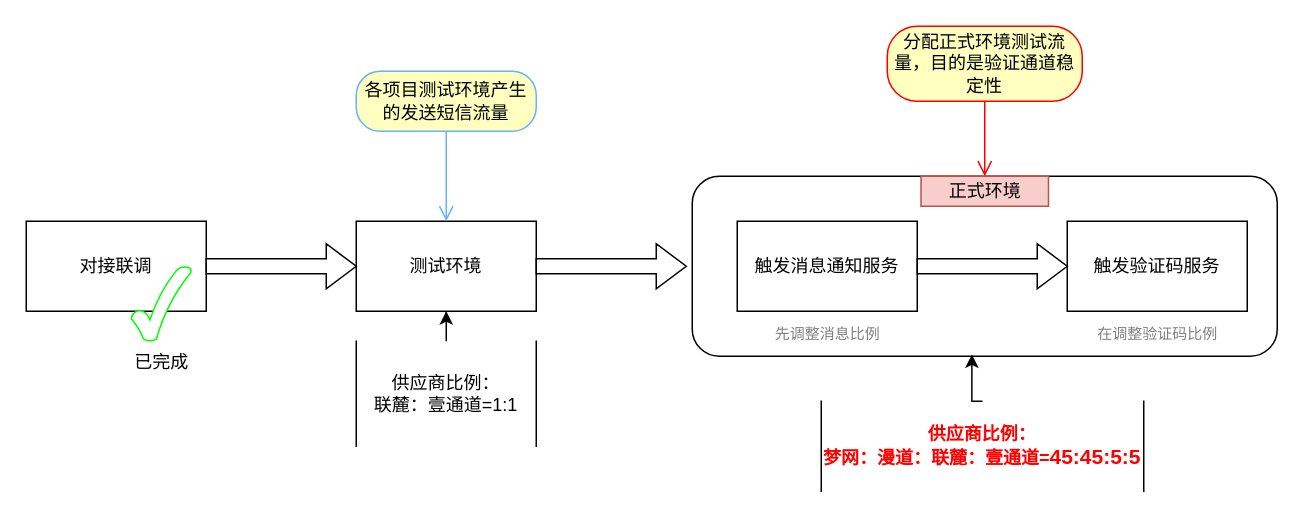
Before: 短信业务.drawio in lingyukong/iodraw-files, a draw.io diagram. Source tidied: cells renumbered, new cells numbered last; positions are measured from the earlier drawing's top-left corner, leaving out a move shared by most shapes. Both pictures are drawn from the tidied source at 150%, with x=0, y=0 at pixel (26, 26).
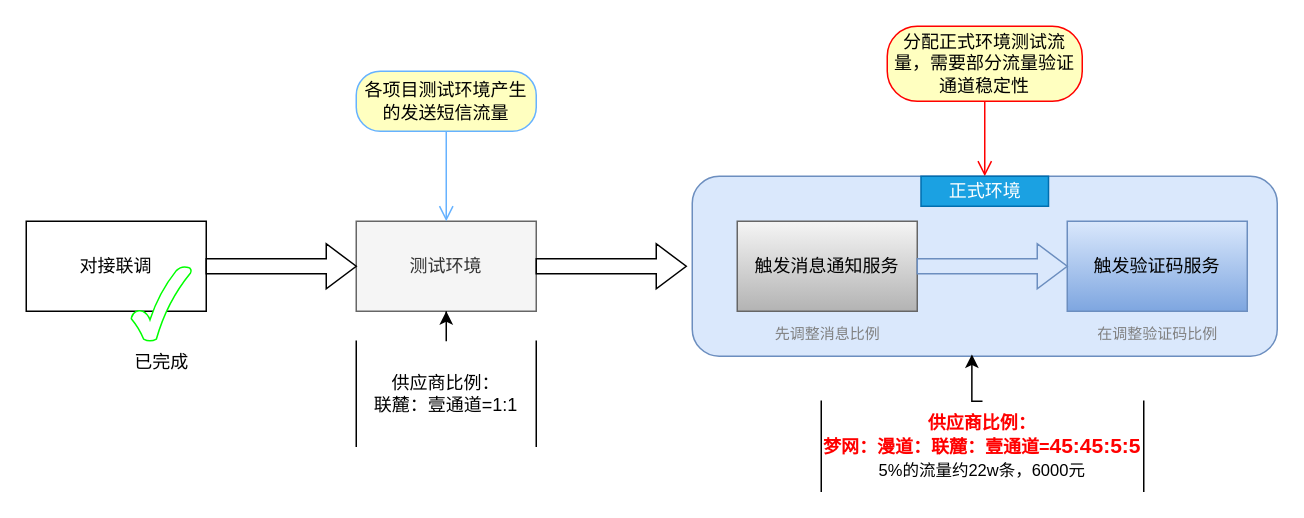
The same page after the edit.

Commit message:
更新短信业务.drawio

Diff of the diagram source:
```diff
@@
-    <mxCell id="2" style="rounded=1;whiteSpace=wrap;html=1;" parent="1" vertex="1">
+    <mxCell id="2" style="rounded=1;whiteSpace=wrap;html=1;fillColor=#dae8fc;strokeColor=#6c8ebf;" parent="1" vertex="1">
       <mxGeometry x="444" y="100" width="390" height="120" as="geometry" />
     </mxCell>
-    <mxCell id="3" value="对接联调" style="rounded=0;whiteSpace=wrap;html=1;" parent="1" vertex="1">
+    <mxCell id="3" value="对接联调" style="rounded=0;whiteSpace=wrap;html=1;fillColor=none;" parent="1" vertex="1">
       <mxGeometry y="130" width="120" height="60" as="geometry" />
     </mxCell>
-    <mxCell id="4" value="测试环境" style="rounded=0;whiteSpace=wrap;html=1;" parent="1" vertex="1">
+    <mxCell id="4" value="测试环境" style="rounded=0;whiteSpace=wrap;html=1;fillColor=#f5f5f5;fontColor=#333333;strokeColor=#666666;" parent="1" vertex="1">
       <mxGeometry x="220" y="130" width="120" height="60" as="geometry" />
     </mxCell>
-    <mxCell id="5" value="触发消息通知服务" style="rounded=0;whiteSpace=wrap;html=1;" parent="1" vertex="1">
+    <mxCell id="5" value="触发消息通知服务" style="rounded=0;whiteSpace=wrap;html=1;fillColor=#f5f5f5;gradientColor=#b3b3b3;strokeColor=#666666;" parent="1" vertex="1">
       <mxGeometry x="474" y="130" width="120" height="60" as="geometry" />
     </mxCell>
@@
-    <mxCell id="11" value="分配正式环境测试流量，目的是验证通道稳定性" style="rounded=1;whiteSpace=wrap;html=1;arcSize=40;fontColor=#000000;fillColor=#ffffc0;strokeColor=#ff0000;" parent="1" vertex="1">
+    <mxCell id="11" value="分配正式环境测试流量，需要部分流量验证通道稳定性" style="rounded=1;whiteSpace=wrap;html=1;arcSize=40;fontColor=#000000;fillColor=#ffffc0;strokeColor=#ff0000;" parent="1" vertex="1">
       <mxGeometry x="574" width="130" height="50" as="geometry" />
     </mxCell>
@@
-    <mxCell id="15" value="&lt;span style=&quot;color: rgb(255, 0, 0);&quot;&gt;&lt;b&gt;供应商比例：&lt;/b&gt;&lt;/span&gt;&lt;div&gt;&lt;span style=&quot;color: rgb(255, 0, 0);&quot;&gt;&lt;b&gt;梦网：漫道：联麓：壹通道=&lt;font style=&quot;font-size: 14px;&quot;&gt;45:45:5:5&lt;/font&gt;&lt;/b&gt;&lt;/span&gt;&lt;/div&gt;" style="shape=partialRectangle;whiteSpace=wrap;html=1;top=0;bottom=0;fillColor=none;" parent="1" vertex="1">
+    <mxCell id="15" value="&lt;span style=&quot;color: rgb(255, 0, 0);&quot;&gt;&lt;b&gt;供应商比例：&lt;/b&gt;&lt;/span&gt;&lt;div&gt;&lt;span style=&quot;color: rgb(255, 0, 0);&quot;&gt;&lt;b&gt;梦网：漫道：联麓：壹通道=&lt;font style=&quot;font-size: 14px;&quot;&gt;45:45:5:5&lt;/font&gt;&lt;/b&gt;&lt;/span&gt;&lt;/div&gt;&lt;div&gt;&lt;span style=&quot;color: rgb(0, 0, 0);&quot;&gt;&lt;font style=&quot;font-size: 11px;&quot;&gt;5%的流量约22w条，6000元&lt;/font&gt;&lt;/span&gt;&lt;/div&gt;" style="shape=partialRectangle;whiteSpace=wrap;html=1;top=0;bottom=0;fillColor=none;" parent="1" vertex="1">
       <mxGeometry x="530" y="250" width="215" height="60" as="geometry" />
     </mxCell>
-    <mxCell id="16" value="触发验证码服务" style="rounded=0;whiteSpace=wrap;html=1;" parent="1" vertex="1">
+    <mxCell id="16" value="触发验证码服务" style="rounded=0;whiteSpace=wrap;html=1;fillColor=#dae8fc;gradientColor=#7ea6e0;strokeColor=#6c8ebf;" parent="1" vertex="1">
       <mxGeometry x="694" y="130" width="120" height="60" as="geometry" />
     </mxCell>
-    <mxCell id="17" style="html=1;shadow=0;dashed=0;align=center;verticalAlign=middle;shape=mxgraph.arrows2.arrow;dy=0.67;dx=20;notch=0;" parent="1" vertex="1">
+    <mxCell id="17" style="html=1;shadow=0;dashed=0;align=center;verticalAlign=middle;shape=mxgraph.arrows2.arrow;dy=0.67;dx=20;notch=0;fillColor=#dae8fc;strokeColor=#6c8ebf;" parent="1" vertex="1">
       <mxGeometry x="594" y="145" width="100" height="30" as="geometry" />
     </mxCell>
-    <mxCell id="18" value="正式环境" style="text;html=1;whiteSpace=wrap;strokeColor=#b85450;fillColor=#f8cecc;align=center;verticalAlign=middle;rounded=0;" parent="1" vertex="1">
+    <mxCell id="18" value="正式环境" style="text;html=1;whiteSpace=wrap;strokeColor=#006EAF;fillColor=#1ba1e2;align=center;verticalAlign=middle;rounded=0;fontColor=#ffffff;" parent="1" vertex="1">
       <mxGeometry x="596.5" y="100" width="85" height="20" as="geometry" />
     </mxCell>
```
